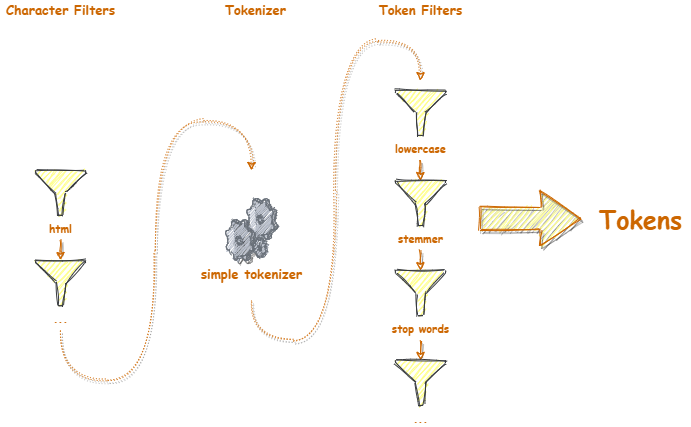
This is res/textanalyzer.png from vincent-scw/mysearchengine, a draw.io export, as it was before one commit. Source tidied: cells renumbered, new cells last; positions are measured from the earlier drawing's top-left corner, leaving out a move shared by most shapes.
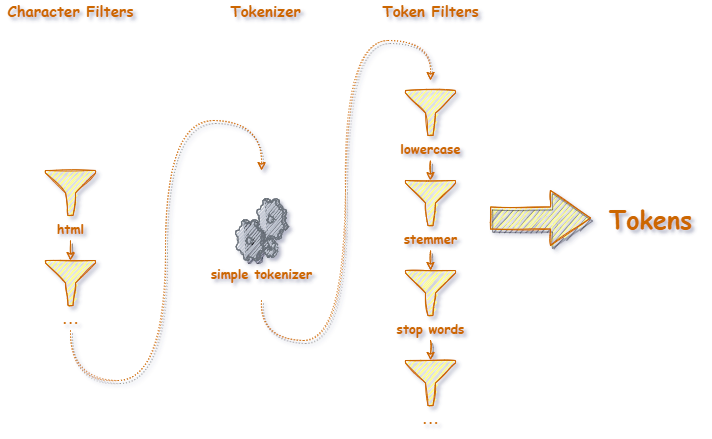
After the change.

The edit, as a diff of the source:
```diff
@@ -2,43 +2,43 @@
   <root>
     <mxCell id="0" />
     <mxCell id="1" parent="0" />
-    <mxCell id="2" style="group;fontColor=#CC6600;" parent="1" vertex="1">
+    <mxCell id="2" style="group;fontColor=#CC6600;fontStyle=1;fontSize=13;" parent="1" vertex="1">
       <mxGeometry x="395" y="90" width="50" height="315" as="geometry" />
     </mxCell>
-    <mxCell id="3" style="edgeStyle=none;rounded=0;sketch=1;jettySize=auto;html=1;entryX=0.5;entryY=0;entryDx=0;entryDy=0;entryPerimeter=0;shadow=1;endArrow=classic;endFill=0;strokeColor=#CC6600;strokeWidth=1;fontFamily=Comic Sans MS;fontSize=11;fontStyle=1;fontColor=#CC6600;" parent="2" edge="1" target="6">
+    <mxCell id="3" style="edgeStyle=none;rounded=0;sketch=1;jettySize=auto;html=1;entryX=0.5;entryY=0;entryDx=0;entryDy=0;entryPerimeter=0;shadow=1;endArrow=classic;endFill=0;strokeColor=#CC6600;strokeWidth=1;fontFamily=Comic Sans MS;fontSize=13;fontStyle=1;fontColor=#CC6600;" parent="2" edge="1" target="6">
       <mxGeometry relative="1" as="geometry">
         <mxPoint x="25" y="70" as="sourcePoint" />
       </mxGeometry>
     </mxCell>
-    <mxCell id="4" value="lowercase" style="shadow=0;dashed=0;html=1;strokeColor=#36393d;labelPosition=center;verticalLabelPosition=bottom;verticalAlign=top;align=center;fillColor=#ffff88;shape=mxgraph.mscae.enterprise.filter;labelBackgroundColor=none;sketch=1;fontFamily=Comic Sans MS;fontSize=11;fontStyle=1;fontColor=#CC6600;" parent="2" vertex="1">
+    <mxCell id="4" value="lowercase" style="shadow=0;dashed=0;html=1;strokeColor=#CC6600;labelPosition=center;verticalLabelPosition=bottom;verticalAlign=top;align=center;fillColor=#ffff88;shape=mxgraph.mscae.enterprise.filter;labelBackgroundColor=none;sketch=1;fontFamily=Comic Sans MS;fontSize=13;fontStyle=1;fontColor=#CC6600;" parent="2" vertex="1">
       <mxGeometry width="50" height="45" as="geometry" />
     </mxCell>
-    <mxCell id="5" style="edgeStyle=none;rounded=0;sketch=1;jettySize=auto;html=1;shadow=1;endArrow=classic;endFill=0;strokeColor=#CC6600;strokeWidth=1;fontFamily=Comic Sans MS;fontSize=11;fontStyle=1;fontColor=#CC6600;" parent="2" edge="1" target="8">
+    <mxCell id="5" style="edgeStyle=none;rounded=0;sketch=1;jettySize=auto;html=1;shadow=1;endArrow=classic;endFill=0;strokeColor=#CC6600;strokeWidth=1;fontFamily=Comic Sans MS;fontSize=13;fontStyle=1;fontColor=#CC6600;" parent="2" edge="1" target="8">
       <mxGeometry relative="1" as="geometry">
         <mxPoint x="25" y="160" as="sourcePoint" />
       </mxGeometry>
     </mxCell>
-    <mxCell id="6" value="stemmer" style="shadow=0;dashed=0;html=1;strokeColor=#36393d;labelPosition=center;verticalLabelPosition=bottom;verticalAlign=top;align=center;fillColor=#ffff88;shape=mxgraph.mscae.enterprise.filter;labelBackgroundColor=none;sketch=1;fontFamily=Comic Sans MS;fontSize=11;fontStyle=1;fontColor=#CC6600;" parent="2" vertex="1">
+    <mxCell id="6" value="stemmer" style="shadow=0;dashed=0;html=1;strokeColor=#CC6600;labelPosition=center;verticalLabelPosition=bottom;verticalAlign=top;align=center;fillColor=#ffff88;shape=mxgraph.mscae.enterprise.filter;labelBackgroundColor=none;sketch=1;fontFamily=Comic Sans MS;fontSize=13;fontStyle=1;fontColor=#CC6600;" parent="2" vertex="1">
       <mxGeometry y="90" width="50" height="45" as="geometry" />
     </mxCell>
-    <mxCell id="7" style="edgeStyle=none;rounded=0;sketch=1;jettySize=auto;html=1;shadow=1;endArrow=classic;endFill=0;strokeColor=#CC6600;strokeWidth=1;fontFamily=Comic Sans MS;fontSize=11;fontColor=#CC6600;" parent="2" edge="1" target="9">
+    <mxCell id="7" style="edgeStyle=none;rounded=0;sketch=1;jettySize=auto;html=1;shadow=1;endArrow=classic;endFill=0;strokeColor=#CC6600;strokeWidth=1;fontFamily=Comic Sans MS;fontSize=13;fontColor=#CC6600;fontStyle=1;" parent="2" edge="1" target="9">
       <mxGeometry relative="1" as="geometry">
         <mxPoint x="25" y="250" as="sourcePoint" />
       </mxGeometry>
     </mxCell>
-    <mxCell id="8" value="stop words" style="shadow=0;dashed=0;html=1;strokeColor=#36393d;labelPosition=center;verticalLabelPosition=bottom;verticalAlign=top;align=center;fillColor=#ffff88;shape=mxgraph.mscae.enterprise.filter;labelBackgroundColor=none;sketch=1;fontFamily=Comic Sans MS;fontSize=11;fontStyle=1;fontColor=#CC6600;" parent="2" vertex="1">
+    <mxCell id="8" value="stop words" style="shadow=0;dashed=0;html=1;strokeColor=#CC6600;labelPosition=center;verticalLabelPosition=bottom;verticalAlign=top;align=center;fillColor=#ffff88;shape=mxgraph.mscae.enterprise.filter;labelBackgroundColor=none;sketch=1;fontFamily=Comic Sans MS;fontSize=13;fontStyle=1;fontColor=#CC6600;" parent="2" vertex="1">
       <mxGeometry y="180" width="50" height="45" as="geometry" />
     </mxCell>
-    <mxCell id="9" value="..." style="shadow=0;dashed=0;html=1;strokeColor=#36393d;labelPosition=center;verticalLabelPosition=bottom;verticalAlign=top;align=center;fillColor=#ffff88;shape=mxgraph.mscae.enterprise.filter;labelBackgroundColor=none;sketch=1;fontFamily=Comic Sans MS;fontSize=11;fontStyle=1;fontColor=#CC6600;" parent="2" vertex="1">
+    <mxCell id="9" value="..." style="shadow=0;dashed=0;html=1;strokeColor=#CC6600;labelPosition=center;verticalLabelPosition=bottom;verticalAlign=top;align=center;fillColor=#ffff88;shape=mxgraph.mscae.enterprise.filter;labelBackgroundColor=none;sketch=1;fontFamily=Comic Sans MS;fontSize=13;fontStyle=1;fontColor=#CC6600;" parent="2" vertex="1">
       <mxGeometry y="270" width="50" height="45" as="geometry" />
     </mxCell>
-    <mxCell id="10" value="Token Filters" style="text;html=1;align=center;verticalAlign=middle;fontSize=13;fontFamily=Comic Sans MS;fontStyle=1;fontColor=#CC6600;" parent="1" vertex="1">
-      <mxGeometry x="370" width="100" height="20" as="geometry" />
+    <mxCell id="10" value="Token Filters" style="text;html=1;align=center;verticalAlign=middle;fontSize=15;fontFamily=Comic Sans MS;fontStyle=1;fontColor=#CC6600;" parent="1" vertex="1">
+      <mxGeometry x="365" width="110" height="20" as="geometry" />
     </mxCell>
-    <mxCell id="11" value="Character Filters" style="text;html=1;align=center;verticalAlign=middle;fontSize=13;fontFamily=Comic Sans MS;fontStyle=1;fontColor=#CC6600;" parent="1" vertex="1">
-      <mxGeometry width="120" height="20" as="geometry" />
+    <mxCell id="11" value="Character Filters" style="text;html=1;align=center;verticalAlign=middle;fontSize=15;fontFamily=Comic Sans MS;fontStyle=1;fontColor=#CC6600;" parent="1" vertex="1">
+      <mxGeometry x="-10" width="140" height="20" as="geometry" />
     </mxCell>
-    <mxCell id="12" style="edgeStyle=orthogonalEdgeStyle;rounded=0;sketch=1;orthogonalLoop=1;jettySize=auto;html=1;shadow=1;endArrow=classic;endFill=0;strokeColor=#CC6600;strokeWidth=1;fontFamily=Comic Sans MS;fontSize=13;curved=1;dashed=1;dashPattern=1 2;fontColor=#CC6600;" parent="1" edge="1">
+    <mxCell id="12" style="edgeStyle=orthogonalEdgeStyle;rounded=0;sketch=1;orthogonalLoop=1;jettySize=auto;html=1;shadow=1;endArrow=classic;endFill=0;strokeColor=#CC6600;strokeWidth=1;fontFamily=Comic Sans MS;fontSize=13;curved=1;dashed=1;dashPattern=1 2;fontColor=#CC6600;fontStyle=1;" parent="1" edge="1">
       <mxGeometry relative="1" as="geometry">
         <mxPoint x="60" y="330" as="sourcePoint" />
         <mxPoint x="251" y="170" as="targetPoint" />
@@ -50,8 +50,8 @@
         </Array>
       </mxGeometry>
     </mxCell>
-    <mxCell id="13" value="Tokenizer" style="text;html=1;align=center;verticalAlign=middle;fontSize=13;fontFamily=Comic Sans MS;fontStyle=1;fontColor=#CC6600;" parent="1" vertex="1">
-      <mxGeometry x="215" width="80" height="20" as="geometry" />
+    <mxCell id="13" value="Tokenizer" style="text;html=1;align=center;verticalAlign=middle;fontSize=15;fontFamily=Comic Sans MS;fontStyle=1;fontColor=#CC6600;" parent="1" vertex="1">
+      <mxGeometry x="210" width="90" height="20" as="geometry" />
     </mxCell>
     <mxCell id="14" style="edgeStyle=orthogonalEdgeStyle;curved=1;rounded=0;sketch=1;orthogonalLoop=1;jettySize=auto;html=1;shadow=1;dashed=1;dashPattern=1 2;endArrow=classic;endFill=0;strokeColor=#CC6600;strokeWidth=1;fontFamily=Comic Sans MS;fontSize=13;fontColor=#CC6600;" parent="1" edge="1">
       <mxGeometry relative="1" as="geometry">
@@ -65,21 +65,21 @@
         </Array>
       </mxGeometry>
     </mxCell>
-    <mxCell id="15" value="simple tokenizer" style="verticalLabelPosition=bottom;html=1;verticalAlign=top;strokeColor=none;align=center;shape=mxgraph.citrix.process;shadow=1;labelBackgroundColor=none;sketch=1;fontFamily=Comic Sans MS;fontSize=13;fontStyle=1;fontColor=#CC6600;" parent="1" vertex="1">
+    <mxCell id="15" value="simple tokenizer" style="verticalLabelPosition=bottom;html=1;verticalAlign=top;strokeColor=none;align=center;shape=mxgraph.citrix.process;shadow=1;labelBackgroundColor=none;sketch=1;fontFamily=Comic Sans MS;fontSize=13;fontStyle=1;fontColor=#CC6600;fillColor=#CC6600;" parent="1" vertex="1">
       <mxGeometry x="225" y="198" width="52" height="62" as="geometry" />
     </mxCell>
-    <mxCell id="16" style="group;fontColor=#CC6600;" parent="1" vertex="1">
+    <mxCell id="16" style="group;fontColor=#CC6600;fontStyle=1;fontSize=13;labelBorderColor=none;" parent="1" vertex="1">
       <mxGeometry x="35" y="170" width="50" height="135" as="geometry" />
     </mxCell>
-    <mxCell id="17" style="edgeStyle=none;rounded=0;sketch=1;jettySize=auto;html=1;shadow=1;endArrow=classic;endFill=0;strokeColor=#CC6600;strokeWidth=1;fontFamily=Comic Sans MS;fontSize=11;fontColor=#CC6600;" parent="16" edge="1" target="19">
+    <mxCell id="17" style="edgeStyle=none;rounded=0;sketch=1;jettySize=auto;html=1;shadow=1;endArrow=classic;endFill=0;strokeColor=#CC6600;strokeWidth=1;fontFamily=Comic Sans MS;fontSize=13;fontColor=#CC6600;fontStyle=1;" parent="16" edge="1" target="19">
       <mxGeometry relative="1" as="geometry">
         <mxPoint x="25" y="70" as="sourcePoint" />
       </mxGeometry>
     </mxCell>
-    <mxCell id="18" value="html" style="shadow=0;dashed=0;html=1;strokeColor=#36393d;labelPosition=center;verticalLabelPosition=bottom;verticalAlign=top;align=center;fillColor=#ffff88;shape=mxgraph.mscae.enterprise.filter;labelBackgroundColor=none;sketch=1;fontFamily=Comic Sans MS;fontSize=11;fontStyle=1;fontColor=#CC6600;" parent="16" vertex="1">
+    <mxCell id="18" value="html" style="shadow=0;dashed=0;html=1;strokeColor=#CC6600;labelPosition=center;verticalLabelPosition=bottom;verticalAlign=top;align=center;fillColor=#ffff88;shape=mxgraph.mscae.enterprise.filter;labelBackgroundColor=none;sketch=1;fontFamily=Comic Sans MS;fontSize=13;fontStyle=1;fontColor=#CC6600;labelBorderColor=none;" parent="16" vertex="1">
       <mxGeometry width="50" height="45" as="geometry" />
     </mxCell>
-    <mxCell id="19" value="..." style="shadow=0;dashed=0;html=1;strokeColor=#36393d;labelPosition=center;verticalLabelPosition=bottom;verticalAlign=top;align=center;fillColor=#ffff88;shape=mxgraph.mscae.enterprise.filter;labelBackgroundColor=none;sketch=1;fontFamily=Comic Sans MS;fontSize=11;fontStyle=1;fontColor=#CC6600;" parent="16" vertex="1">
+    <mxCell id="19" value="..." style="shadow=0;dashed=0;html=1;strokeColor=#CC6600;labelPosition=center;verticalLabelPosition=bottom;verticalAlign=top;align=center;fillColor=#ffff88;shape=mxgraph.mscae.enterprise.filter;labelBackgroundColor=none;sketch=1;fontFamily=Comic Sans MS;fontSize=13;fontStyle=1;fontColor=#CC6600;" parent="16" vertex="1">
       <mxGeometry y="90" width="50" height="45" as="geometry" />
     </mxCell>
     <mxCell id="20" style="html=1;whiteSpace=wrap;fillColor=#ffff99;shape=mxgraph.archimate3.process;shadow=1;labelBackgroundColor=none;sketch=1;strokeColor=#CC6600;fontFamily=Comic Sans MS;fontSize=13;fontColor=#CC6600;" parent="1" vertex="1">
```
